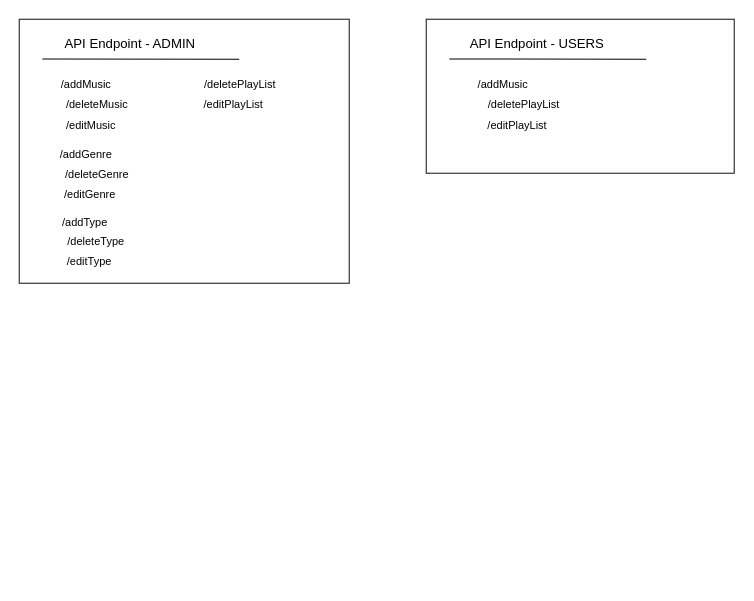
Earlier version of the draw.io diagram Schéma Endpoint.drawio (Zacharie-Julien/SpotiHome-VUE). Source tidied: cells renumbered, new cells numbered last; positions are measured from the earlier drawing's top-left corner, leaving out a move shared by most shapes. Both pictures are drawn from the tidied source at 110%, with x=0, y=0 at pixel (19, 19).
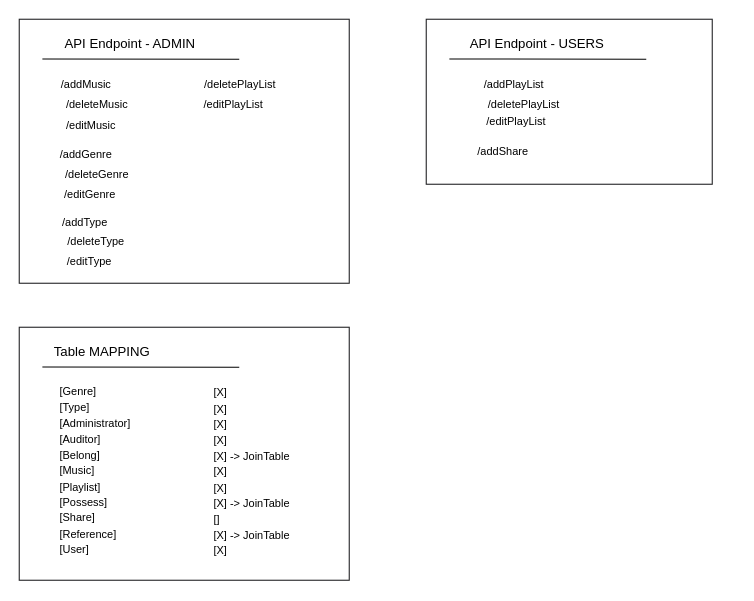
The same diagram, later.

Commit message:
Mettre à jour Schéma Endpoint.drawio

Change to the diagram source:
```diff
@@
-    <mxCell id="2" style="group;" parent="1" vertex="1">
-      <mxGeometry x="370" width="280" height="140" as="geometry" />
-    </mxCell>
-    <mxCell id="3" style="rounded=0;whiteSpace=wrap;html=1;fillColor=light-dark(#FFFFFF,#242426);strokeColor=light-dark(#242426,#242426);" parent="2" vertex="1">
-      <mxGeometry width="280" height="140" as="geometry" />
-    </mxCell>
-    <mxCell id="4" value="&lt;font style=&quot;font-size: 10px; color: light-dark(rgb(0, 0, 0), rgb(96, 114, 250));&quot;&gt;/editPlayList&lt;/font&gt;" style="text;html=1;align=center;verticalAlign=middle;whiteSpace=wrap;rounded=0;fontFamily=Nerd;" parent="2" vertex="1">
-      <mxGeometry x="18" y="82" width="130" height="27.3" as="geometry" />
-    </mxCell>
-    <mxCell id="5" value="API Endpoint - USERS" style="text;html=1;align=center;verticalAlign=middle;whiteSpace=wrap;rounded=0;fontFamily=Nerd;fontColor=light-dark(#000000,#B2B0BF);" parent="2" vertex="1">
-      <mxGeometry x="21" y="9.1" width="160" height="27.3" as="geometry" />
-    </mxCell>
-    <mxCell id="6" style="endArrow=none;html=1;rounded=0;fontColor=light-dark(#000000,#B2B0BF);strokeColor=light-dark(#000000,#B2B0BF);" parent="2" edge="1">
-      <mxGeometry relative="1" as="geometry">
-        <mxPoint x="21" y="36.1" as="sourcePoint" />
-        <mxPoint x="200" y="36.4" as="targetPoint" />
-      </mxGeometry>
-    </mxCell>
-    <mxCell id="7" value="&lt;font style=&quot;font-size: 10px; color: light-dark(rgb(0, 0, 0), rgb(236, 97, 81));&quot;&gt;/deletePlayList&lt;/font&gt;" style="text;html=1;align=center;verticalAlign=middle;whiteSpace=wrap;rounded=0;fontFamily=Nerd;" parent="2" vertex="1">
-      <mxGeometry x="19" y="63.8" width="140" height="27.3" as="geometry" />
-    </mxCell>
-    <mxCell id="8" value="&lt;font style=&quot;font-size: 10px; color: light-dark(rgb(0, 0, 0), rgb(67, 194, 63));&quot;&gt;/addMusic&lt;/font&gt;" style="text;html=1;align=center;verticalAlign=middle;whiteSpace=wrap;rounded=0;fontFamily=Nerd;" parent="2" vertex="1">
-      <mxGeometry x="10" y="45.6" width="120" height="27.3" as="geometry" />
-    </mxCell>
@@
+    <mxCell id="24" style="group;" parent="1" vertex="1">
+      <mxGeometry x="370" width="260" height="150" as="geometry" />
+    </mxCell>
+    <mxCell id="3" style="rounded=0;whiteSpace=wrap;html=1;fillColor=light-dark(#FFFFFF,#242426);strokeColor=light-dark(#242426,#242426);" parent="24" vertex="1">
+      <mxGeometry width="260" height="150" as="geometry" />
+    </mxCell>
+    <mxCell id="4" value="&lt;font style=&quot;font-size: 10px; color: light-dark(rgb(0, 0, 0), rgb(96, 114, 250));&quot;&gt;/editPlayList&lt;/font&gt;" style="text;html=1;align=center;verticalAlign=middle;whiteSpace=wrap;rounded=0;fontFamily=Nerd;" parent="24" vertex="1">
+      <mxGeometry x="17" y="79" width="130" height="27.3" as="geometry" />
+    </mxCell>
+    <mxCell id="5" value="API Endpoint - USERS" style="text;html=1;align=center;verticalAlign=middle;whiteSpace=wrap;rounded=0;fontFamily=Nerd;fontColor=light-dark(#000000,#B2B0BF);" parent="24" vertex="1">
+      <mxGeometry x="21" y="9.1" width="160" height="27.3" as="geometry" />
+    </mxCell>
+    <mxCell id="6" style="endArrow=none;html=1;rounded=0;fontColor=light-dark(#000000,#B2B0BF);strokeColor=light-dark(#000000,#B2B0BF);" parent="24" edge="1">
+      <mxGeometry relative="1" as="geometry">
+        <mxPoint x="21" y="36.1" as="sourcePoint" />
+        <mxPoint x="200" y="36.4" as="targetPoint" />
+      </mxGeometry>
+    </mxCell>
+    <mxCell id="7" value="&lt;font style=&quot;font-size: 10px; color: light-dark(rgb(0, 0, 0), rgb(236, 97, 81));&quot;&gt;/deletePlayList&lt;/font&gt;" style="text;html=1;align=center;verticalAlign=middle;whiteSpace=wrap;rounded=0;fontFamily=Nerd;" parent="24" vertex="1">
+      <mxGeometry x="19" y="63.8" width="140" height="27.3" as="geometry" />
+    </mxCell>
+    <mxCell id="8" value="&lt;font style=&quot;font-size: 10px; color: light-dark(rgb(0, 0, 0), rgb(67, 194, 63));&quot;&gt;/addPlayList&lt;/font&gt;" style="text;html=1;align=center;verticalAlign=middle;whiteSpace=wrap;rounded=0;fontFamily=Nerd;" parent="24" vertex="1">
+      <mxGeometry x="10" y="45.6" width="140" height="27.3" as="geometry" />
+    </mxCell>
+    <mxCell id="25" value="&lt;font style=&quot;font-size: 10px; color: light-dark(rgb(0, 0, 0), rgb(67, 194, 63));&quot;&gt;/addShare&lt;/font&gt;" style="text;html=1;align=center;verticalAlign=middle;whiteSpace=wrap;rounded=0;fontFamily=Nerd;" parent="24" vertex="1">
+      <mxGeometry x="10" y="106.3" width="120" height="27.3" as="geometry" />
+    </mxCell>
+    <mxCell id="26" style="rounded=0;whiteSpace=wrap;html=1;fillColor=light-dark(#FFFFFF,#242426);strokeColor=light-dark(#242426,#242426);" parent="1" vertex="1">
+      <mxGeometry y="280" width="300" height="230" as="geometry" />
+    </mxCell>
+    <mxCell id="27" value="Table MAPPING" style="text;html=1;align=center;verticalAlign=middle;whiteSpace=wrap;rounded=0;fontFamily=Nerd;fontColor=light-dark(#000000,#B2B0BF);" parent="1" vertex="1">
+      <mxGeometry x="21" y="289.1" width="109" height="27.3" as="geometry" />
+    </mxCell>
+    <mxCell id="28" style="endArrow=none;html=1;rounded=0;fontColor=light-dark(#000000,#B2B0BF);strokeColor=light-dark(#000000,#B2B0BF);" parent="1" edge="1">
+      <mxGeometry relative="1" as="geometry">
+        <mxPoint x="21" y="316.1" as="sourcePoint" />
+        <mxPoint x="200" y="316.4" as="targetPoint" />
+      </mxGeometry>
+    </mxCell>
+    <mxCell id="29" value="&lt;div align=&quot;left&quot;&gt;&lt;font style=&quot;font-size: 10px; color: light-dark(rgb(0, 0, 0), rgb(67, 194, 63));&quot;&gt;[Genre]&lt;/font&gt;&lt;/div&gt;&lt;div align=&quot;left&quot;&gt;&lt;font style=&quot;font-size: 10px; color: light-dark(rgb(0, 0, 0), rgb(67, 194, 63));&quot;&gt;[Type]&lt;/font&gt;&lt;/div&gt;&lt;div align=&quot;left&quot;&gt;&lt;font style=&quot;font-size: 10px; color: light-dark(rgb(0, 0, 0), rgb(67, 194, 63));&quot;&gt;[Administrator]&lt;/font&gt;&lt;/div&gt;&lt;div align=&quot;left&quot;&gt;&lt;font style=&quot;font-size: 10px; color: light-dark(rgb(0, 0, 0), rgb(67, 194, 63));&quot;&gt;[Auditor]&lt;/font&gt;&lt;/div&gt;&lt;div align=&quot;left&quot;&gt;&lt;font style=&quot;font-size: 10px; color: light-dark(rgb(0, 0, 0), rgb(67, 194, 63));&quot;&gt;[Belong]&lt;/font&gt;&lt;/div&gt;&lt;div align=&quot;left&quot;&gt;&lt;font style=&quot;font-size: 10px; color: light-dark(rgb(0, 0, 0), rgb(67, 194, 63));&quot;&gt;[Music]&lt;/font&gt;&lt;/div&gt;&lt;div align=&quot;left&quot;&gt;&lt;font style=&quot;font-size: 10px; color: light-dark(rgb(0, 0, 0), rgb(67, 194, 63));&quot;&gt;[Playlist]&lt;/font&gt;&lt;/div&gt;&lt;div align=&quot;left&quot;&gt;&lt;font style=&quot;font-size: 10px; color: light-dark(rgb(0, 0, 0), rgb(67, 194, 63));&quot;&gt;[Possess]&lt;/font&gt;&lt;/div&gt;&lt;div align=&quot;left&quot;&gt;&lt;font style=&quot;font-size: 10px; color: light-dark(rgb(0, 0, 0), rgb(67, 194, 63));&quot;&gt;[Share]&lt;/font&gt;&lt;/div&gt;&lt;div align=&quot;left&quot;&gt;&lt;font style=&quot;font-size: 10px; color: light-dark(rgb(0, 0, 0), rgb(67, 194, 63));&quot;&gt;[Reference]&lt;/font&gt;&lt;/div&gt;&lt;div align=&quot;left&quot;&gt;&lt;font style=&quot;font-size: 10px; color: light-dark(rgb(0, 0, 0), rgb(67, 194, 63));&quot;&gt;[User]&lt;/font&gt;&lt;/div&gt;" style="text;html=1;align=left;verticalAlign=middle;whiteSpace=wrap;rounded=0;fontFamily=Nerd;" parent="1" vertex="1">
+      <mxGeometry x="35" y="310" width="140" height="200" as="geometry" />
+    </mxCell>
+    <mxCell id="30" value="&lt;div align=&quot;left&quot;&gt;&lt;font style=&quot;font-size: 10px; color: light-dark(rgb(0, 0, 0), rgb(237, 106, 94));&quot;&gt;[X]&lt;/font&gt;&lt;/div&gt;&lt;div align=&quot;left&quot;&gt;&lt;font style=&quot;font-size: 10px; color: light-dark(rgb(0, 0, 0), rgb(237, 106, 94));&quot;&gt;[X]&lt;/font&gt;&lt;/div&gt;&lt;div align=&quot;left&quot;&gt;&lt;font style=&quot;font-size: 10px; color: light-dark(rgb(0, 0, 0), rgb(237, 106, 94));&quot;&gt;[X]&lt;/font&gt;&lt;/div&gt;&lt;div align=&quot;left&quot;&gt;&lt;font style=&quot;font-size: 10px; color: light-dark(rgb(0, 0, 0), rgb(237, 106, 94));&quot;&gt;[X]&lt;/font&gt;&lt;/div&gt;&lt;div align=&quot;left&quot;&gt;&lt;font style=&quot;font-size: 10px; color: light-dark(rgb(0, 0, 0), rgb(237, 106, 94));&quot;&gt;[X] &lt;/font&gt;&lt;font style=&quot;font-size: 10px; color: light-dark(rgb(0, 0, 0), rgb(237, 106, 94));&quot;&gt;-&amp;gt; JoinTable &lt;/font&gt;&lt;br&gt;&lt;/div&gt;&lt;div align=&quot;left&quot;&gt;&lt;font style=&quot;font-size: 10px; color: light-dark(rgb(0, 0, 0), rgb(237, 106, 94));&quot;&gt;[X]&lt;/font&gt;&lt;/div&gt;&lt;div align=&quot;left&quot;&gt;&lt;font style=&quot;font-size: 10px; color: light-dark(rgb(0, 0, 0), rgb(237, 106, 94));&quot;&gt;[X]&lt;/font&gt;&lt;/div&gt;&lt;div align=&quot;left&quot;&gt;&lt;font style=&quot;font-size: 10px; color: light-dark(rgb(0, 0, 0), rgb(237, 106, 94));&quot;&gt;[X] &lt;/font&gt;&lt;font style=&quot;font-size: 10px; color: light-dark(rgb(0, 0, 0), rgb(237, 106, 94));&quot;&gt;-&amp;gt; JoinTable &lt;/font&gt;&lt;/div&gt;&lt;div align=&quot;left&quot;&gt;&lt;font style=&quot;font-size: 10px; color: light-dark(rgb(0, 0, 0), rgb(237, 106, 94));&quot;&gt;[]&lt;/font&gt;&lt;/div&gt;&lt;div align=&quot;left&quot;&gt;&lt;font style=&quot;font-size: 10px; color: light-dark(rgb(0, 0, 0), rgb(237, 106, 94));&quot;&gt;[X] -&amp;gt; JoinTable &lt;br&gt;&lt;/font&gt;&lt;/div&gt;&lt;div align=&quot;left&quot;&gt;&lt;font style=&quot;font-size: 10px; color: light-dark(rgb(0, 0, 0), rgb(237, 106, 94));&quot;&gt;[X]&lt;/font&gt;&lt;/div&gt;" style="text;html=1;align=left;verticalAlign=middle;whiteSpace=wrap;rounded=0;fontFamily=Nerd;" parent="1" vertex="1">
+      <mxGeometry x="175" y="311" width="105" height="200" as="geometry" />
+    </mxCell>
```
